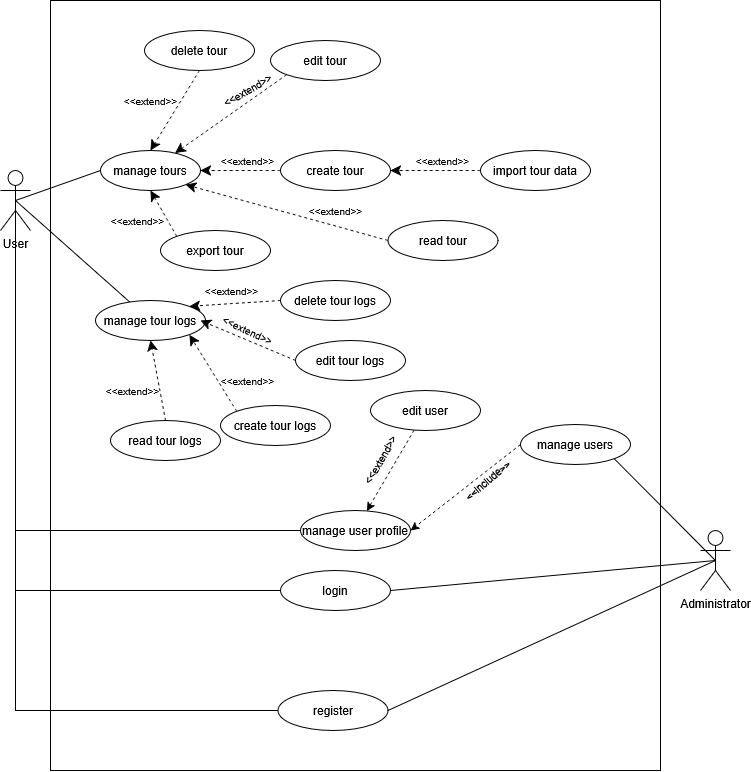
Above: frontend/docs/diagrams/UseCaseDiagramm.png in anjagfrerer/TourPlanner (draw.io), before the change. Source tidied: cells renumbered, new cells last; positions are measured from the earlier drawing's top-left corner, leaving out a move shared by most shapes.
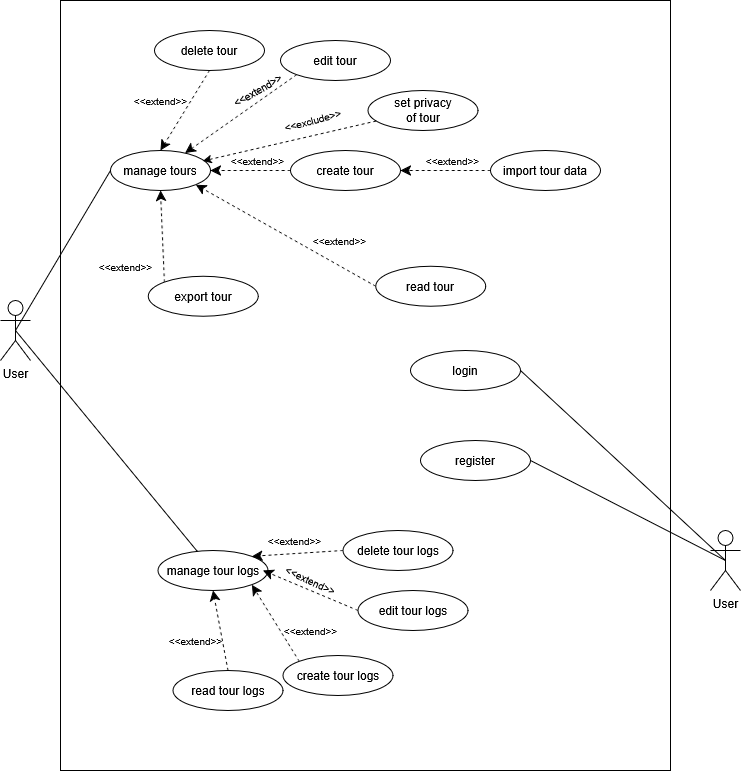
After the commit.

The edit, as a diff of the source:
```diff
@@ -8,27 +8,16 @@
     <mxCell id="3" style="rounded=0;jettySize=auto;html=1;exitX=0.5;exitY=0.5;exitDx=0;exitDy=0;exitPerimeter=0;entryX=0;entryY=0.5;entryDx=0;entryDy=0;fontSize=12;startSize=8;endSize=8;endArrow=none;endFill=0;" parent="1" edge="1" source="6" target="9">
       <mxGeometry relative="1" as="geometry" />
     </mxCell>
-    <mxCell id="4" style="rounded=0;jettySize=auto;html=1;exitX=0.5;exitY=0.5;exitDx=0;exitDy=0;exitPerimeter=0;entryX=0;entryY=0.5;entryDx=0;entryDy=0;endArrow=none;endFill=0;" parent="1" edge="1" source="6" target="45">
-      <mxGeometry relative="1" as="geometry">
-        <Array as="points">
-          <mxPoint x="15" y="590" />
-        </Array>
-      </mxGeometry>
-    </mxCell>
-    <mxCell id="5" style="rounded=0;jettySize=auto;html=1;exitX=0.5;exitY=0.5;exitDx=0;exitDy=0;exitPerimeter=0;entryX=0;entryY=0.5;entryDx=0;entryDy=0;endArrow=none;endFill=0;" parent="1" edge="1" source="6" target="49">
-      <mxGeometry relative="1" as="geometry">
-        <Array as="points">
-          <mxPoint x="15" y="530" />
-        </Array>
-      </mxGeometry>
-    </mxCell>
     <mxCell id="6" value="User" style="shape=umlActor;verticalLabelPosition=bottom;verticalAlign=top;html=1;outlineConnect=0;" parent="1" vertex="1">
-      <mxGeometry y="170" width="30" height="60" as="geometry" />
+      <mxGeometry x="-10" y="300" width="30" height="60" as="geometry" />
     </mxCell>
-    <mxCell id="7" style="edgeStyle=none;curved=1;rounded=0;jettySize=auto;html=1;fontSize=12;startSize=8;endSize=8;endArrow=none;endFill=0;entryX=1;entryY=0.5;entryDx=0;entryDy=0;exitX=0.5;exitY=0.5;exitDx=0;exitDy=0;exitPerimeter=0;" parent="1" edge="1" source="8" target="45">
+    <mxCell id="7" style="rounded=0;jettySize=auto;html=1;exitX=0.5;exitY=0.5;exitDx=0;exitDy=0;exitPerimeter=0;entryX=1;entryY=0.5;entryDx=0;entryDy=0;endArrow=none;endFill=0;" parent="1" edge="1" source="8" target="45">
       <mxGeometry relative="1" as="geometry" />
     </mxCell>
+    <mxCell id="54" style="rounded=0;jettySize=auto;html=1;exitX=0.5;exitY=0.5;exitDx=0;exitDy=0;exitPerimeter=0;endArrow=none;endFill=0;entryX=1;entryY=0.5;entryDx=0;entryDy=0;" parent="1" edge="1" source="8" target="46">
+      <mxGeometry relative="1" as="geometry" />
+    </mxCell>
-    <mxCell id="8" value="&lt;div&gt;Administrator&lt;/div&gt;" style="shape=umlActor;verticalLabelPosition=bottom;verticalAlign=top;html=1;outlineConnect=0;" parent="1" vertex="1">
+    <mxCell id="8" value="&lt;div&gt;User&lt;/div&gt;" style="shape=umlActor;verticalLabelPosition=bottom;verticalAlign=top;html=1;outlineConnect=0;" parent="1" vertex="1">
       <mxGeometry x="700" y="530" width="30" height="60" as="geometry" />
     </mxCell>
     <mxCell id="9" value="manage tours" style="ellipse;whiteSpace=wrap;html=1;" parent="1" vertex="1">
@@ -38,33 +27,33 @@
       <mxGeometry relative="1" as="geometry" />
     </mxCell>
     <mxCell id="11" value="manage tour logs" style="ellipse;whiteSpace=wrap;html=1;" parent="1" vertex="1">
-      <mxGeometry x="95" y="300" width="110" height="40" as="geometry" />
+      <mxGeometry x="147.5" y="550" width="110" height="40" as="geometry" />
     </mxCell>
     <mxCell id="12" style="edgeStyle=none;curved=1;rounded=0;jettySize=auto;html=1;exitX=0;exitY=0;exitDx=0;exitDy=0;entryX=1;entryY=1;entryDx=0;entryDy=0;fontSize=12;startSize=8;endSize=8;dashed=1;" parent="1" edge="1" source="13" target="11">
       <mxGeometry relative="1" as="geometry" />
     </mxCell>
     <mxCell id="13" value="create tour logs" style="ellipse;whiteSpace=wrap;html=1;" parent="1" vertex="1">
-      <mxGeometry x="220" y="405" width="110" height="40" as="geometry" />
+      <mxGeometry x="272.5" y="655" width="110" height="40" as="geometry" />
     </mxCell>
     <mxCell id="14" style="edgeStyle=none;curved=1;rounded=0;jettySize=auto;html=1;exitX=0;exitY=0.5;exitDx=0;exitDy=0;fontSize=12;startSize=8;endSize=8;dashed=1;" parent="1" edge="1" source="15">
       <mxGeometry relative="1" as="geometry">
-        <mxPoint x="200" y="320" as="targetPoint" />
+        <mxPoint x="252.5" y="570" as="targetPoint" />
       </mxGeometry>
     </mxCell>
     <mxCell id="15" value="&lt;div&gt;edit&amp;nbsp;tour logs&lt;/div&gt;" style="ellipse;whiteSpace=wrap;html=1;" parent="1" vertex="1">
-      <mxGeometry x="295" y="340" width="110" height="40" as="geometry" />
+      <mxGeometry x="347.5" y="590" width="110" height="40" as="geometry" />
     </mxCell>
     <mxCell id="16" style="edgeStyle=none;curved=1;rounded=0;jettySize=auto;html=1;exitX=0;exitY=0.5;exitDx=0;exitDy=0;entryX=1;entryY=0;entryDx=0;entryDy=0;fontSize=12;startSize=8;endSize=8;dashed=1;" parent="1" edge="1" source="17" target="11">
       <mxGeometry relative="1" as="geometry" />
     </mxCell>
     <mxCell id="17" value="&lt;div&gt;delete tour logs&lt;/div&gt;" style="ellipse;whiteSpace=wrap;html=1;" parent="1" vertex="1">
-      <mxGeometry x="280" y="280" width="110" height="40" as="geometry" />
+      <mxGeometry x="332.5" y="530" width="110" height="40" as="geometry" />
     </mxCell>
     <mxCell id="18" style="edgeStyle=none;curved=1;rounded=0;jettySize=auto;html=1;exitX=0.5;exitY=0;exitDx=0;exitDy=0;entryX=0.5;entryY=1;entryDx=0;entryDy=0;fontSize=12;startSize=8;endSize=8;dashed=1;" parent="1" edge="1" source="19" target="11">
       <mxGeometry relative="1" as="geometry" />
     </mxCell>
     <mxCell id="19" value="&lt;div&gt;read&amp;nbsp;tour logs&lt;/div&gt;" style="ellipse;whiteSpace=wrap;html=1;" parent="1" vertex="1">
-      <mxGeometry x="110" y="420" width="110" height="40" as="geometry" />
+      <mxGeometry x="162.5" y="670" width="110" height="40" as="geometry" />
     </mxCell>
     <mxCell id="20" style="edgeStyle=none;curved=1;rounded=0;jettySize=auto;html=1;exitX=0;exitY=0.5;exitDx=0;exitDy=0;fontSize=12;startSize=8;endSize=8;dashed=1;" parent="1" edge="1" source="21" target="9">
       <mxGeometry relative="1" as="geometry" />
@@ -91,22 +80,22 @@
       <mxGeometry relative="1" as="geometry" />
     </mxCell>
     <mxCell id="28" value="&lt;div&gt;export tour&lt;/div&gt;" style="ellipse;whiteSpace=wrap;html=1;" parent="1" vertex="1">
-      <mxGeometry x="160" y="230" width="110" height="40" as="geometry" />
+      <mxGeometry x="137.8" y="275.8" width="110" height="40" as="geometry" />
     </mxCell>
     <mxCell id="29" value="&lt;font style=&quot;font-size: 10px;&quot;&gt;&amp;lt;&amp;lt;extend&amp;gt;&amp;gt;&lt;/font&gt;" style="text;html=1;whiteSpace=wrap;strokeColor=none;fillColor=none;align=center;verticalAlign=middle;rounded=0;" parent="1" vertex="1">
-      <mxGeometry x="110" y="380" width="45" height="20" as="geometry" />
+      <mxGeometry x="162.5" y="630" width="45" height="20" as="geometry" />
     </mxCell>
     <mxCell id="30" value="&lt;font style=&quot;font-size: 10px;&quot;&gt;&amp;lt;&amp;lt;extend&amp;gt;&amp;gt;&lt;/font&gt;" style="text;html=1;whiteSpace=wrap;strokeColor=none;fillColor=none;align=center;verticalAlign=middle;rounded=0;" parent="1" vertex="1">
-      <mxGeometry x="225" y="370" width="45" height="20" as="geometry" />
+      <mxGeometry x="277.5" y="620" width="45" height="20" as="geometry" />
     </mxCell>
     <mxCell id="31" value="&lt;font style=&quot;font-size: 10px;&quot;&gt;&amp;lt;&amp;lt;extend&amp;gt;&amp;gt;&lt;/font&gt;" style="text;html=1;whiteSpace=wrap;strokeColor=none;fillColor=none;align=center;verticalAlign=middle;rounded=0;rotation=25;" parent="1" vertex="1">
-      <mxGeometry x="225" y="320" width="45" height="20" as="geometry" />
+      <mxGeometry x="277.5" y="570" width="45" height="20" as="geometry" />
     </mxCell>
     <mxCell id="32" value="&lt;font style=&quot;font-size: 10px;&quot;&gt;&amp;lt;&amp;lt;extend&amp;gt;&amp;gt;&lt;/font&gt;" style="text;html=1;whiteSpace=wrap;strokeColor=none;fillColor=none;align=center;verticalAlign=middle;rounded=0;" parent="1" vertex="1">
-      <mxGeometry x="209" y="280" width="45" height="20" as="geometry" />
+      <mxGeometry x="261.5" y="530" width="45" height="20" as="geometry" />
     </mxCell>
     <mxCell id="33" value="&lt;font style=&quot;font-size: 10px;&quot;&gt;&amp;lt;&amp;lt;extend&amp;gt;&amp;gt;&lt;/font&gt;" style="text;html=1;whiteSpace=wrap;strokeColor=none;fillColor=none;align=center;verticalAlign=middle;rounded=0;" parent="1" vertex="1">
-      <mxGeometry x="312.5" y="200" width="45" height="20" as="geometry" />
+      <mxGeometry x="306.5" y="230" width="45" height="20" as="geometry" />
     </mxCell>
     <mxCell id="34" value="&lt;font style=&quot;font-size: 10px;&quot;&gt;&amp;lt;&amp;lt;extend&amp;gt;&amp;gt;&lt;/font&gt;" style="text;html=1;whiteSpace=wrap;strokeColor=none;fillColor=none;align=center;verticalAlign=middle;rounded=0;" parent="1" vertex="1">
       <mxGeometry x="225" y="150" width="45" height="20" as="geometry" />
@@ -126,51 +115,26 @@
     <mxCell id="39" value="&lt;font style=&quot;font-size: 10px;&quot;&gt;&amp;lt;&amp;lt;extend&amp;gt;&amp;gt;&lt;/font&gt;" style="text;html=1;whiteSpace=wrap;strokeColor=none;fillColor=none;align=center;verticalAlign=middle;rounded=0;" parent="1" vertex="1">
       <mxGeometry x="420" y="150" width="45" height="20" as="geometry" />
     </mxCell>
-    <mxCell id="40" style="edgeStyle=none;curved=1;rounded=0;jettySize=auto;html=1;exitX=1;exitY=1;exitDx=0;exitDy=0;fontSize=12;startSize=8;endSize=8;endArrow=none;endFill=0;entryX=0.5;entryY=0.5;entryDx=0;entryDy=0;entryPerimeter=0;" parent="1" edge="1" source="42" target="8">
-      <mxGeometry relative="1" as="geometry" />
-    </mxCell>
-    <mxCell id="41" style="rounded=0;jettySize=auto;html=1;exitX=0;exitY=0.5;exitDx=0;exitDy=0;entryX=1;entryY=0.5;entryDx=0;entryDy=0;dashed=1;" parent="1" edge="1" source="42" target="49">
-      <mxGeometry relative="1" as="geometry" />
-    </mxCell>
-    <mxCell id="42" value="manage users" style="ellipse;whiteSpace=wrap;html=1;" parent="1" vertex="1">
-      <mxGeometry x="520" y="424" width="110" height="40" as="geometry" />
+    <mxCell id="42" value="&lt;div&gt;set privacy&lt;/div&gt;&lt;div&gt;of tour&lt;/div&gt;" style="ellipse;whiteSpace=wrap;html=1;" parent="1" vertex="1">
+      <mxGeometry x="357.5" y="90" width="110" height="40" as="geometry" />
     </mxCell>
     <mxCell id="43" value="&lt;div&gt;read&amp;nbsp;tour&lt;/div&gt;" style="ellipse;whiteSpace=wrap;html=1;" parent="1" vertex="1">
-      <mxGeometry x="387.5" y="220" width="110" height="40" as="geometry" />
+      <mxGeometry x="365.2" y="265.8" width="110" height="40" as="geometry" />
     </mxCell>
     <mxCell id="44" value="&lt;font style=&quot;font-size: 10px;&quot;&gt;&amp;lt;&amp;lt;extend&amp;gt;&amp;gt;&lt;/font&gt;" style="text;html=1;whiteSpace=wrap;strokeColor=none;fillColor=none;align=center;verticalAlign=middle;rounded=0;" parent="1" vertex="1">
-      <mxGeometry x="115" y="210" width="45" height="20" as="geometry" />
+      <mxGeometry x="92.8" y="255.8" width="45" height="20" as="geometry" />
     </mxCell>
     <mxCell id="45" value="&lt;div&gt;login&lt;/div&gt;" style="ellipse;whiteSpace=wrap;html=1;" parent="1" vertex="1">
-      <mxGeometry x="280" y="570" width="110" height="40" as="geometry" />
+      <mxGeometry x="400" y="350" width="110" height="40" as="geometry" />
     </mxCell>
     <mxCell id="46" value="register" style="ellipse;whiteSpace=wrap;html=1;" parent="1" vertex="1">
-      <mxGeometry x="277.5" y="690" width="110" height="40" as="geometry" />
+      <mxGeometry x="410" y="440" width="110" height="40" as="geometry" />
     </mxCell>
-    <mxCell id="47" style="rounded=0;jettySize=auto;html=1;endArrow=none;endFill=0;" parent="1" edge="1" source="46" target="6">
-      <mxGeometry relative="1" as="geometry">
-        <Array as="points">
-          <mxPoint x="15" y="710" />
-        </Array>
-      </mxGeometry>
-    </mxCell>
-    <mxCell id="48" style="rounded=0;jettySize=auto;html=1;exitX=1;exitY=0.5;exitDx=0;exitDy=0;entryX=0.5;entryY=0.5;entryDx=0;entryDy=0;entryPerimeter=0;endArrow=none;endFill=0;" parent="1" edge="1" source="46" target="8">
-      <mxGeometry relative="1" as="geometry" />
-    </mxCell>
-    <mxCell id="49" value="manage user profile" style="ellipse;whiteSpace=wrap;html=1;" parent="1" vertex="1">
-      <mxGeometry x="300" y="510" width="110" height="40" as="geometry" />
-    </mxCell>
-    <mxCell id="50" value="&lt;font style=&quot;font-size: 10px;&quot;&gt;&amp;lt;&amp;lt;include&amp;gt;&amp;gt;&lt;/font&gt;" style="text;html=1;whiteSpace=wrap;strokeColor=none;fillColor=none;align=center;verticalAlign=middle;rounded=0;rotation=-40;" parent="1" vertex="1">
-      <mxGeometry x="465" y="470" width="45" height="20" as="geometry" />
+    <mxCell id="50" value="&lt;font style=&quot;font-size: 10px;&quot;&gt;&amp;lt;&amp;lt;exclude&amp;gt;&amp;gt;&lt;/font&gt;" style="text;html=1;whiteSpace=wrap;strokeColor=none;fillColor=none;align=center;verticalAlign=middle;rounded=0;rotation=-15;" parent="1" vertex="1">
+      <mxGeometry x="280" y="110" width="45" height="20" as="geometry" />
     </mxCell>
-    <mxCell id="51" style="rounded=0;jettySize=auto;html=1;dashed=1;" parent="1" edge="1" source="52" target="49">
-      <mxGeometry relative="1" as="geometry" />
-    </mxCell>
-    <mxCell id="52" value="&lt;div&gt;edit user&lt;/div&gt;" style="ellipse;whiteSpace=wrap;html=1;" parent="1" vertex="1">
-      <mxGeometry x="370" y="390" width="110" height="40" as="geometry" />
-    </mxCell>
-    <mxCell id="53" value="&lt;font style=&quot;font-size: 10px;&quot;&gt;&amp;lt;&amp;lt;extend&amp;gt;&amp;gt;&lt;/font&gt;" style="text;html=1;whiteSpace=wrap;strokeColor=none;fillColor=none;align=center;verticalAlign=middle;rounded=0;rotation=-60;" parent="1" vertex="1">
-      <mxGeometry x="357.5" y="450" width="45" height="20" as="geometry" />
-    </mxCell>
+    <mxCell id="55" style="rounded=0;jettySize=auto;html=1;entryX=0.925;entryY=0.262;entryDx=0;entryDy=0;entryPerimeter=0;dashed=1;" parent="1" edge="1" source="42" target="9">
+      <mxGeometry relative="1" as="geometry" />
+    </mxCell>
   </root>
 </mxGraphModel>
```
